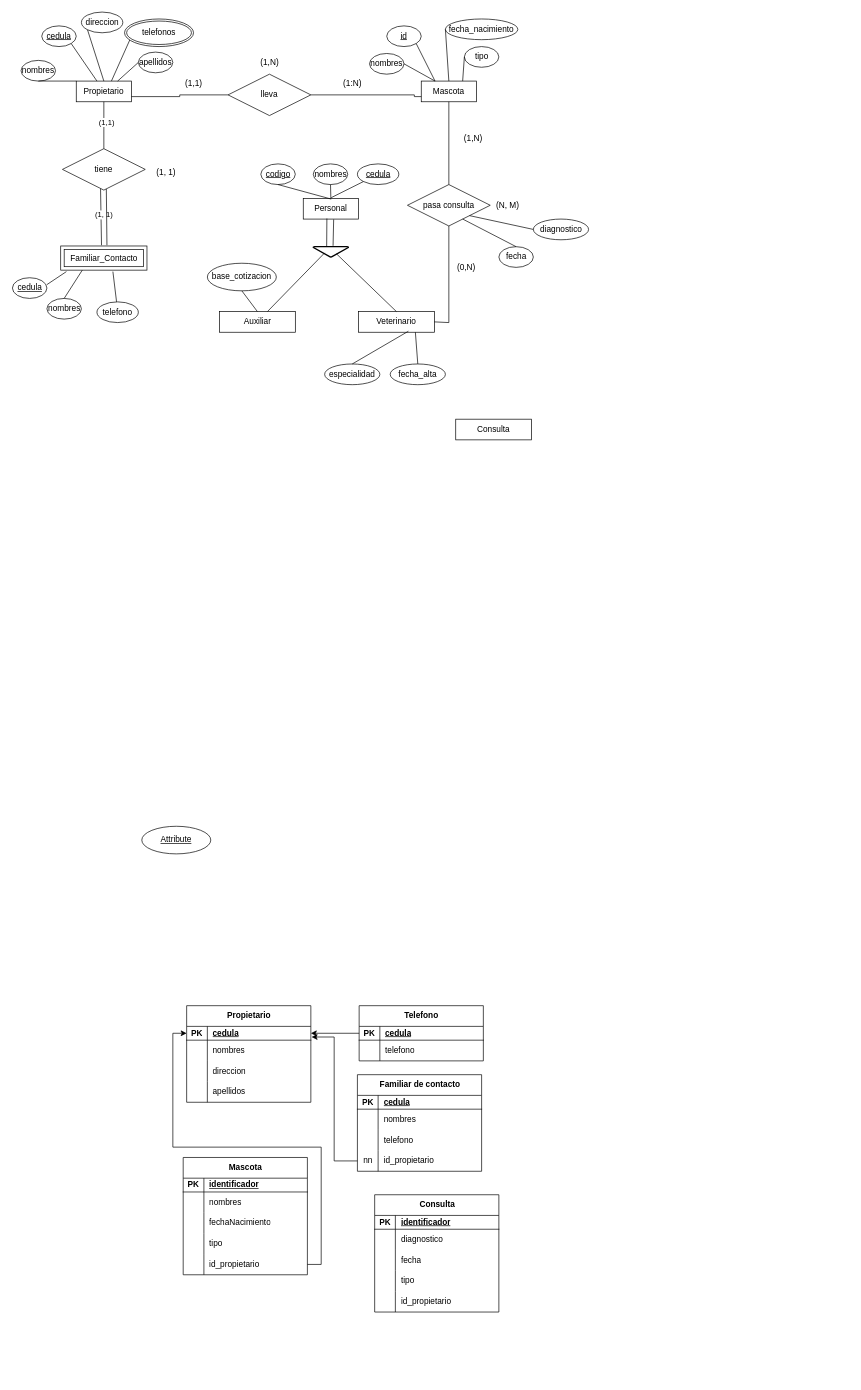
Aree17/Base_De_Datos keeps this draw.io diagram as Veterinaria.drawio. Above is the earlier version. Source tidied: cells renumbered, new cells numbered last; positions are measured from the earlier drawing's top-left corner, leaving out a move shared by most shapes. Both pictures are drawn from the tidied source at 69%, with x=0, y=0 at pixel (12, 12).
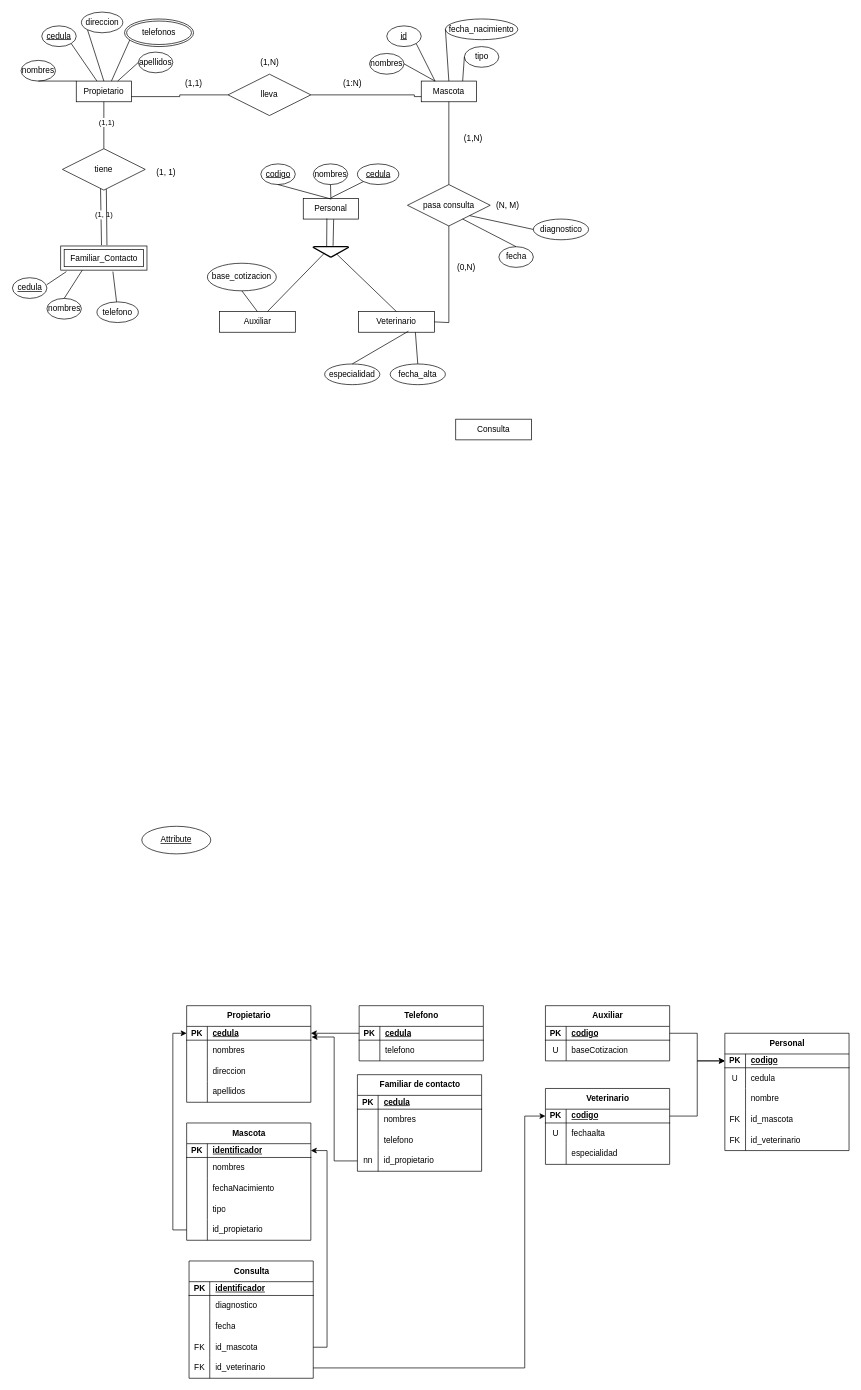
Above is the later version.

Unchanged cells that the change refers to:
```xml
<mxCell id="110" style="shape=tableRow;horizontal=0;startSize=0;swimlaneHead=0;swimlaneBody=0;fillColor=none;points=[[0,0.5],[1,0.5]];portConstraint=eastwest;top=0;left=0;right=0;bottom=1;" parent="109" vertex="1">
  <mxGeometry y="30" width="180" height="20" as="geometry" />
</mxCell>
<mxCell id="136" style="shape=tableRow;horizontal=0;startSize=0;swimlaneHead=0;swimlaneBody=0;fillColor=none;points=[[0,0.5],[1,0.5]];portConstraint=eastwest;top=0;left=0;right=0;bottom=0;" parent="126" vertex="1">
  <mxGeometry y="110" width="180" height="30" as="geometry" />
</mxCell>
<mxCell id="139" style="shape=tableRow;horizontal=0;startSize=0;swimlaneHead=0;swimlaneBody=0;fillColor=none;points=[[0,0.5],[1,0.5]];portConstraint=eastwest;top=0;left=0;right=0;bottom=0;" parent="126" vertex="1">
  <mxGeometry y="140" width="180" height="30" as="geometry" />
</mxCell>
```

The edit, as a diff of the source:
```diff
@@
     <mxCell id="109" value="Mascota" style="shape=table;startSize=30;childLayout=tableLayout;rowLines=0;fontStyle=1;align=center;html=1;" parent="1" vertex="1">
-      <mxGeometry x="247" y="1660" width="180" height="170" as="geometry" />
+      <mxGeometry x="252" y="1610" width="180" height="170" as="geometry" />
     </mxCell>
@@
     <mxCell id="126" value="Consulta" style="shape=table;startSize=30;childLayout=tableLayout;rowLines=0;fontStyle=1;align=center;html=1;" parent="1" vertex="1">
-      <mxGeometry x="524.5" y="1714" width="180" height="170" as="geometry" />
+      <mxGeometry x="255.5" y="1810" width="180" height="170" as="geometry" />
     </mxCell>
@@
-    <mxCell id="137" style="shape=partialRectangle;fillColor=none;top=0;left=0;bottom=0;right=0;overflow=hidden;whiteSpace=wrap;html=1;" parent="136" vertex="1">
+    <mxCell id="137" value="FK" style="shape=partialRectangle;fillColor=none;top=0;left=0;bottom=0;right=0;overflow=hidden;whiteSpace=wrap;html=1;" parent="136" vertex="1">
       <mxGeometry width="30" height="30" as="geometry" />
     </mxCell>
-    <mxCell id="138" value="tipo" style="shape=partialRectangle;fillColor=none;top=0;left=0;bottom=0;right=0;align=left;spacingLeft=6;overflow=hidden;whiteSpace=wrap;html=1;" parent="136" vertex="1">
+    <mxCell id="138" value="id_mascota" style="shape=partialRectangle;fillColor=none;top=0;left=0;bottom=0;right=0;align=left;spacingLeft=6;overflow=hidden;whiteSpace=wrap;html=1;" parent="136" vertex="1">
       <mxGeometry x="30" width="150" height="30" as="geometry" />
     </mxCell>
@@
-    <mxCell id="140" style="shape=partialRectangle;fillColor=none;top=0;left=0;bottom=0;right=0;overflow=hidden;whiteSpace=wrap;html=1;" parent="139" vertex="1">
+    <mxCell id="140" value="FK" style="shape=partialRectangle;fillColor=none;top=0;left=0;bottom=0;right=0;overflow=hidden;whiteSpace=wrap;html=1;" parent="139" vertex="1">
       <mxGeometry width="30" height="30" as="geometry" />
     </mxCell>
-    <mxCell id="141" value="id_propietario" style="shape=partialRectangle;fillColor=none;top=0;left=0;bottom=0;right=0;align=left;spacingLeft=6;overflow=hidden;whiteSpace=wrap;html=1;" parent="139" vertex="1">
+    <mxCell id="141" value="id_veterinario" style="shape=partialRectangle;fillColor=none;top=0;left=0;bottom=0;right=0;align=left;spacingLeft=6;overflow=hidden;whiteSpace=wrap;html=1;" parent="139" vertex="1">
       <mxGeometry x="30" width="150" height="30" as="geometry" />
     </mxCell>
+    <mxCell id="142" style="edgeStyle=orthogonalEdgeStyle;rounded=0;jettySize=auto;html=1;exitX=1;exitY=0.5;exitDx=0;exitDy=0;entryX=1;entryY=0.5;entryDx=0;entryDy=0;" parent="1" edge="1" source="136" target="110">
+      <mxGeometry relative="1" as="geometry" />
+    </mxCell>
+    <mxCell id="143" value="Personal" style="shape=table;startSize=30;childLayout=tableLayout;rowLines=0;fontStyle=1;align=center;html=1;" parent="1" vertex="1">
+      <mxGeometry x="1032" y="1480" width="180" height="170" as="geometry" />
+    </mxCell>
+    <mxCell id="144" style="shape=tableRow;horizontal=0;startSize=0;swimlaneHead=0;swimlaneBody=0;fillColor=none;points=[[0,0.5],[1,0.5]];portConstraint=eastwest;top=0;left=0;right=0;bottom=1;" parent="143" vertex="1">
+      <mxGeometry y="30" width="180" height="20" as="geometry" />
+    </mxCell>
+    <mxCell id="145" value="PK" style="shape=partialRectangle;fillColor=none;top=0;left=0;bottom=0;right=0;fontStyle=1;overflow=hidden;whiteSpace=wrap;html=1;" parent="144" vertex="1">
+      <mxGeometry width="30" height="20" as="geometry" />
+    </mxCell>
+    <mxCell id="146" value="codigo" style="shape=partialRectangle;fillColor=none;top=0;left=0;bottom=0;right=0;align=left;spacingLeft=6;fontStyle=5;overflow=hidden;whiteSpace=wrap;html=1;" parent="144" vertex="1">
+      <mxGeometry x="30" width="150" height="20" as="geometry" />
+    </mxCell>
+    <mxCell id="147" style="shape=tableRow;horizontal=0;startSize=0;swimlaneHead=0;swimlaneBody=0;fillColor=none;top=0;left=0;right=0;bottom=0;" parent="143" vertex="1">
+      <mxGeometry y="50" width="180" height="30" as="geometry" />
+    </mxCell>
+    <mxCell id="148" value="U" style="shape=partialRectangle;fillColor=none;top=0;left=0;bottom=0;right=0;overflow=hidden;whiteSpace=wrap;html=1;" parent="147" vertex="1">
+      <mxGeometry width="30" height="30" as="geometry" />
+    </mxCell>
+    <mxCell id="149" value="cedula" style="shape=partialRectangle;fillColor=none;top=0;left=0;bottom=0;right=0;align=left;spacingLeft=6;overflow=hidden;whiteSpace=wrap;html=1;" parent="147" vertex="1">
+      <mxGeometry x="30" width="150" height="30" as="geometry" />
+    </mxCell>
+    <mxCell id="150" style="shape=tableRow;horizontal=0;startSize=0;swimlaneHead=0;swimlaneBody=0;fillColor=none;top=0;left=0;right=0;bottom=0;" parent="143" vertex="1">
+      <mxGeometry y="80" width="180" height="30" as="geometry" />
+    </mxCell>
+    <mxCell id="151" style="shape=partialRectangle;fillColor=none;top=0;left=0;bottom=0;right=0;overflow=hidden;whiteSpace=wrap;html=1;" parent="150" vertex="1">
+      <mxGeometry width="30" height="30" as="geometry" />
+    </mxCell>
+    <mxCell id="152" value="nombre" style="shape=partialRectangle;fillColor=none;top=0;left=0;bottom=0;right=0;align=left;spacingLeft=6;overflow=hidden;whiteSpace=wrap;html=1;" parent="150" vertex="1">
+      <mxGeometry x="30" width="150" height="30" as="geometry" />
+    </mxCell>
+    <mxCell id="153" style="shape=tableRow;horizontal=0;startSize=0;swimlaneHead=0;swimlaneBody=0;fillColor=none;top=0;left=0;right=0;bottom=0;" parent="143" vertex="1">
+      <mxGeometry y="110" width="180" height="30" as="geometry" />
+    </mxCell>
+    <mxCell id="154" value="FK" style="shape=partialRectangle;fillColor=none;top=0;left=0;bottom=0;right=0;overflow=hidden;whiteSpace=wrap;html=1;" parent="153" vertex="1">
+      <mxGeometry width="30" height="30" as="geometry" />
+    </mxCell>
+    <mxCell id="155" value="id_mascota" style="shape=partialRectangle;fillColor=none;top=0;left=0;bottom=0;right=0;align=left;spacingLeft=6;overflow=hidden;whiteSpace=wrap;html=1;" parent="153" vertex="1">
+      <mxGeometry x="30" width="150" height="30" as="geometry" />
+    </mxCell>
+    <mxCell id="156" style="shape=tableRow;horizontal=0;startSize=0;swimlaneHead=0;swimlaneBody=0;fillColor=none;top=0;left=0;right=0;bottom=0;" parent="143" vertex="1">
+      <mxGeometry y="140" width="180" height="30" as="geometry" />
+    </mxCell>
+    <mxCell id="157" value="FK" style="shape=partialRectangle;fillColor=none;top=0;left=0;bottom=0;right=0;overflow=hidden;whiteSpace=wrap;html=1;" parent="156" vertex="1">
+      <mxGeometry width="30" height="30" as="geometry" />
+    </mxCell>
+    <mxCell id="158" value="id_veterinario" style="shape=partialRectangle;fillColor=none;top=0;left=0;bottom=0;right=0;align=left;spacingLeft=6;overflow=hidden;whiteSpace=wrap;html=1;" parent="156" vertex="1">
+      <mxGeometry x="30" width="150" height="30" as="geometry" />
+    </mxCell>
+    <mxCell id="159" value="Auxiliar" style="shape=table;startSize=30;childLayout=tableLayout;rowLines=0;fontStyle=1;align=center;html=1;" parent="1" vertex="1">
+      <mxGeometry x="772" y="1440" width="180" height="80" as="geometry" />
+    </mxCell>
+    <mxCell id="160" style="shape=tableRow;horizontal=0;startSize=0;swimlaneHead=0;swimlaneBody=0;fillColor=none;points=[[0,0.5],[1,0.5]];portConstraint=eastwest;top=0;left=0;right=0;bottom=1;" parent="159" vertex="1">
+      <mxGeometry y="30" width="180" height="20" as="geometry" />
+    </mxCell>
+    <mxCell id="161" value="PK" style="shape=partialRectangle;fillColor=none;top=0;left=0;bottom=0;right=0;fontStyle=1;overflow=hidden;whiteSpace=wrap;html=1;" parent="160" vertex="1">
+      <mxGeometry width="30" height="20" as="geometry" />
+    </mxCell>
+    <mxCell id="162" value="codigo" style="shape=partialRectangle;fillColor=none;top=0;left=0;bottom=0;right=0;align=left;spacingLeft=6;fontStyle=5;overflow=hidden;whiteSpace=wrap;html=1;" parent="160" vertex="1">
+      <mxGeometry x="30" width="150" height="20" as="geometry" />
+    </mxCell>
+    <mxCell id="163" style="shape=tableRow;horizontal=0;startSize=0;swimlaneHead=0;swimlaneBody=0;fillColor=none;top=0;left=0;right=0;bottom=0;" parent="159" vertex="1">
+      <mxGeometry y="50" width="180" height="30" as="geometry" />
+    </mxCell>
+    <mxCell id="164" value="U" style="shape=partialRectangle;fillColor=none;top=0;left=0;bottom=0;right=0;overflow=hidden;whiteSpace=wrap;html=1;" parent="163" vertex="1">
+      <mxGeometry width="30" height="30" as="geometry" />
+    </mxCell>
+    <mxCell id="165" value="baseCotizacion" style="shape=partialRectangle;fillColor=none;top=0;left=0;bottom=0;right=0;align=left;spacingLeft=6;overflow=hidden;whiteSpace=wrap;html=1;" parent="163" vertex="1">
+      <mxGeometry x="30" width="150" height="30" as="geometry" />
+    </mxCell>
+    <mxCell id="166" value="Veterinario" style="shape=table;startSize=30;childLayout=tableLayout;rowLines=0;fontStyle=1;align=center;html=1;" parent="1" vertex="1">
+      <mxGeometry x="772" y="1560" width="180" height="110" as="geometry" />
+    </mxCell>
+    <mxCell id="167" style="shape=tableRow;horizontal=0;startSize=0;swimlaneHead=0;swimlaneBody=0;fillColor=none;points=[[0,0.5],[1,0.5]];portConstraint=eastwest;top=0;left=0;right=0;bottom=1;" parent="166" vertex="1">
+      <mxGeometry y="30" width="180" height="20" as="geometry" />
+    </mxCell>
+    <mxCell id="168" value="PK" style="shape=partialRectangle;fillColor=none;top=0;left=0;bottom=0;right=0;fontStyle=1;overflow=hidden;whiteSpace=wrap;html=1;" parent="167" vertex="1">
+      <mxGeometry width="30" height="20" as="geometry" />
+    </mxCell>
+    <mxCell id="169" value="codigo" style="shape=partialRectangle;fillColor=none;top=0;left=0;bottom=0;right=0;align=left;spacingLeft=6;fontStyle=5;overflow=hidden;whiteSpace=wrap;html=1;" parent="167" vertex="1">
+      <mxGeometry x="30" width="150" height="20" as="geometry" />
+    </mxCell>
+    <mxCell id="170" style="shape=tableRow;horizontal=0;startSize=0;swimlaneHead=0;swimlaneBody=0;fillColor=none;top=0;left=0;right=0;bottom=0;" parent="166" vertex="1">
+      <mxGeometry y="50" width="180" height="30" as="geometry" />
+    </mxCell>
+    <mxCell id="171" value="U" style="shape=partialRectangle;fillColor=none;top=0;left=0;bottom=0;right=0;overflow=hidden;whiteSpace=wrap;html=1;" parent="170" vertex="1">
+      <mxGeometry width="30" height="30" as="geometry" />
+    </mxCell>
+    <mxCell id="172" value="fechaalta" style="shape=partialRectangle;fillColor=none;top=0;left=0;bottom=0;right=0;align=left;spacingLeft=6;overflow=hidden;whiteSpace=wrap;html=1;" parent="170" vertex="1">
+      <mxGeometry x="30" width="150" height="30" as="geometry" />
+    </mxCell>
+    <mxCell id="173" style="shape=tableRow;horizontal=0;startSize=0;swimlaneHead=0;swimlaneBody=0;fillColor=none;top=0;left=0;right=0;bottom=0;" parent="166" vertex="1">
+      <mxGeometry y="80" width="180" height="30" as="geometry" />
+    </mxCell>
+    <mxCell id="174" style="shape=partialRectangle;fillColor=none;top=0;left=0;bottom=0;right=0;overflow=hidden;whiteSpace=wrap;html=1;" parent="173" vertex="1">
+      <mxGeometry width="30" height="30" as="geometry" />
+    </mxCell>
+    <mxCell id="175" value="especialidad" style="shape=partialRectangle;fillColor=none;top=0;left=0;bottom=0;right=0;align=left;spacingLeft=6;overflow=hidden;whiteSpace=wrap;html=1;" parent="173" vertex="1">
+      <mxGeometry x="30" width="150" height="30" as="geometry" />
+    </mxCell>
+    <mxCell id="176" style="edgeStyle=orthogonalEdgeStyle;rounded=0;jettySize=auto;html=1;exitX=1;exitY=0.5;exitDx=0;exitDy=0;entryX=0;entryY=0.5;entryDx=0;entryDy=0;" parent="1" edge="1" source="160" target="144">
+      <mxGeometry relative="1" as="geometry" />
+    </mxCell>
+    <mxCell id="177" style="edgeStyle=orthogonalEdgeStyle;rounded=0;jettySize=auto;html=1;exitX=1;exitY=0.5;exitDx=0;exitDy=0;entryX=0;entryY=0.5;entryDx=0;entryDy=0;" parent="1" edge="1" source="167" target="144">
+      <mxGeometry relative="1" as="geometry" />
+    </mxCell>
+    <mxCell id="178" style="edgeStyle=orthogonalEdgeStyle;rounded=0;jettySize=auto;html=1;exitX=1;exitY=0.5;exitDx=0;exitDy=0;entryX=0;entryY=0.5;entryDx=0;entryDy=0;" parent="1" edge="1" source="139" target="167">
+      <mxGeometry relative="1" as="geometry">
+        <Array as="points">
+          <mxPoint x="742" y="1965" />
+          <mxPoint x="742" y="1600" />
+        </Array>
+      </mxGeometry>
+    </mxCell>
```
